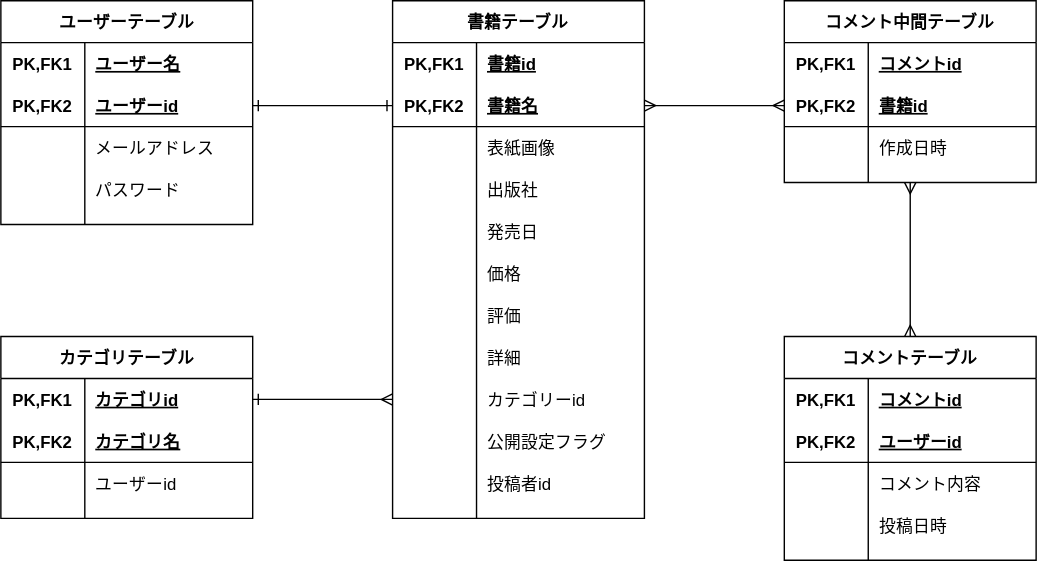
takumi98/EngineerBookshelf keeps this draw.io diagram as ERdiagram.drawio.svg. Above is the earlier version. Source tidied: cells renumbered, new cells last; positions are measured from the earlier drawing's top-left corner, leaving out a move shared by most shapes.
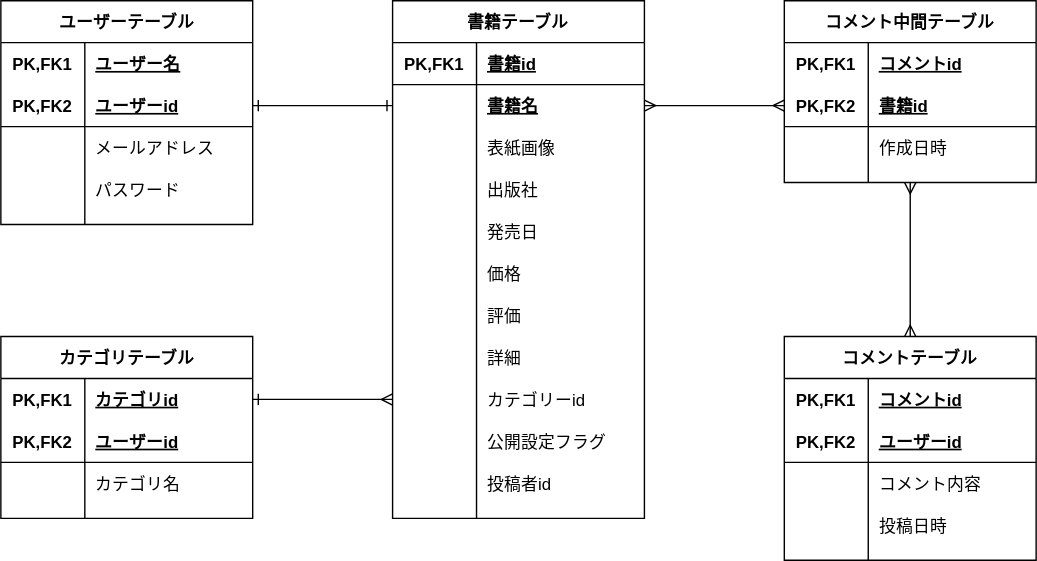
The same file after the commit.

Commit message:
[update]カラムの修正

Change to the diagram source:
```diff
@@ -50,7 +50,7 @@
     <mxCell id="17" value="書籍テーブル" style="shape=table;startSize=30;rowLines=0;fontStyle=1;align=center;" parent="1" vertex="1">
       <mxGeometry x="280" width="180" height="370" as="geometry" />
     </mxCell>
-    <mxCell id="18" style="shape=partialRectangle;fillColor=none;top=0;left=0;bottom=0;right=0;" parent="17" vertex="1">
+    <mxCell id="18" style="shape=partialRectangle;fillColor=none;top=0;left=0;bottom=1;right=0;" parent="17" vertex="1">
       <mxGeometry y="30" width="180" height="30" as="geometry" />
     </mxCell>
     <mxCell id="19" value="PK,FK1" style="shape=partialRectangle;fillColor=none;top=0;left=0;bottom=0;right=0;fontStyle=1;overflow=hidden;" parent="18" vertex="1">
@@ -59,10 +59,10 @@
     <mxCell id="20" value="書籍id" style="shape=partialRectangle;fillColor=none;top=0;left=0;bottom=0;right=0;align=left;spacingLeft=6;fontStyle=5;overflow=hidden;" parent="18" vertex="1">
       <mxGeometry x="60" width="120" height="30" as="geometry" />
     </mxCell>
-    <mxCell id="21" style="shape=partialRectangle;fillColor=none;top=0;left=0;bottom=1;right=0;points=[[0,0.5],[1,0.5]];portConstraint=eastwest;" parent="17" vertex="1">
+    <mxCell id="21" style="shape=partialRectangle;fillColor=none;top=0;left=0;bottom=0;right=0;points=[[0,0.5],[1,0.5]];portConstraint=eastwest;" parent="17" vertex="1">
       <mxGeometry y="60" width="180" height="30" as="geometry" />
     </mxCell>
-    <mxCell id="22" value="PK,FK2" style="shape=partialRectangle;fillColor=none;top=0;left=0;bottom=0;right=0;fontStyle=1;overflow=hidden;" parent="21" vertex="1">
+    <mxCell id="22" style="shape=partialRectangle;fillColor=none;top=0;left=0;bottom=0;right=0;fontStyle=1;overflow=hidden;" parent="21" vertex="1">
       <mxGeometry width="60" height="30" as="geometry" />
     </mxCell>
     <mxCell id="23" value="書籍名" style="shape=partialRectangle;fillColor=none;top=0;left=0;bottom=0;right=0;align=left;spacingLeft=6;fontStyle=5;overflow=hidden;" parent="21" vertex="1">
@@ -239,7 +239,7 @@
     <mxCell id="80" value="PK,FK2" style="shape=partialRectangle;fillColor=none;top=0;left=0;bottom=0;right=0;fontStyle=1;overflow=hidden;" parent="79" vertex="1">
       <mxGeometry width="60" height="30" as="geometry" />
     </mxCell>
-    <mxCell id="81" value="カテゴリ名" style="shape=partialRectangle;fillColor=none;top=0;left=0;bottom=0;right=0;align=left;spacingLeft=6;fontStyle=5;overflow=hidden;" parent="79" vertex="1">
+    <mxCell id="81" value="ユーザーid" style="shape=partialRectangle;fillColor=none;top=0;left=0;bottom=0;right=0;align=left;spacingLeft=6;fontStyle=5;overflow=hidden;" parent="79" vertex="1">
       <mxGeometry x="60" width="120" height="30" as="geometry" />
     </mxCell>
     <mxCell id="82" style="shape=partialRectangle;fillColor=none;top=0;left=0;bottom=0;right=0;" parent="75" vertex="1">
@@ -248,7 +248,7 @@
     <mxCell id="83" style="shape=partialRectangle;fillColor=none;top=0;left=0;bottom=0;right=0;overflow=hidden;" parent="82" vertex="1">
       <mxGeometry width="60" height="30" as="geometry" />
     </mxCell>
-    <mxCell id="84" value="ユーザーid" style="shape=partialRectangle;fillColor=none;top=0;left=0;bottom=0;right=0;align=left;spacingLeft=6;overflow=hidden;" parent="82" vertex="1">
+    <mxCell id="84" value="カテゴリ名" style="shape=partialRectangle;fillColor=none;top=0;left=0;bottom=0;right=0;align=left;spacingLeft=6;overflow=hidden;" parent="82" vertex="1">
       <mxGeometry x="60" width="120" height="30" as="geometry" />
     </mxCell>
     <mxCell id="85" style="edgeStyle=orthogonalEdgeStyle;rounded=0;jettySize=auto;html=1;exitX=0;exitY=0.5;exitDx=0;exitDy=0;entryX=1;entryY=0.5;entryDx=0;entryDy=0;startArrow=ERmany;startFill=0;endArrow=ERmany;endFill=0;" parent="1" edge="1" source="69" target="21">
```
